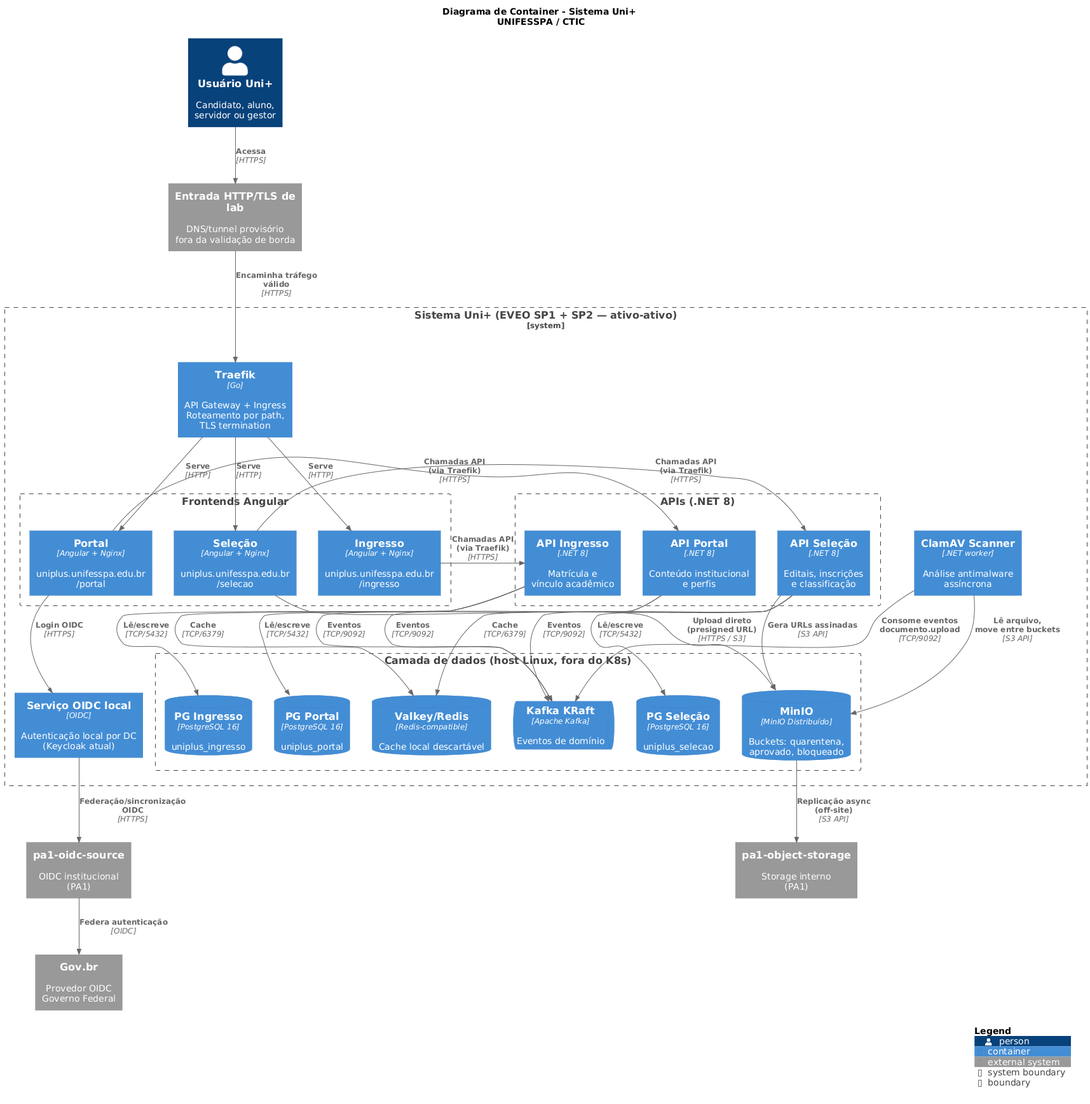
This is docs/images/02-uniplus-container.png from unifesspa-edu-br/uniplus-infra, a PlantUML export, as it was before one commit.
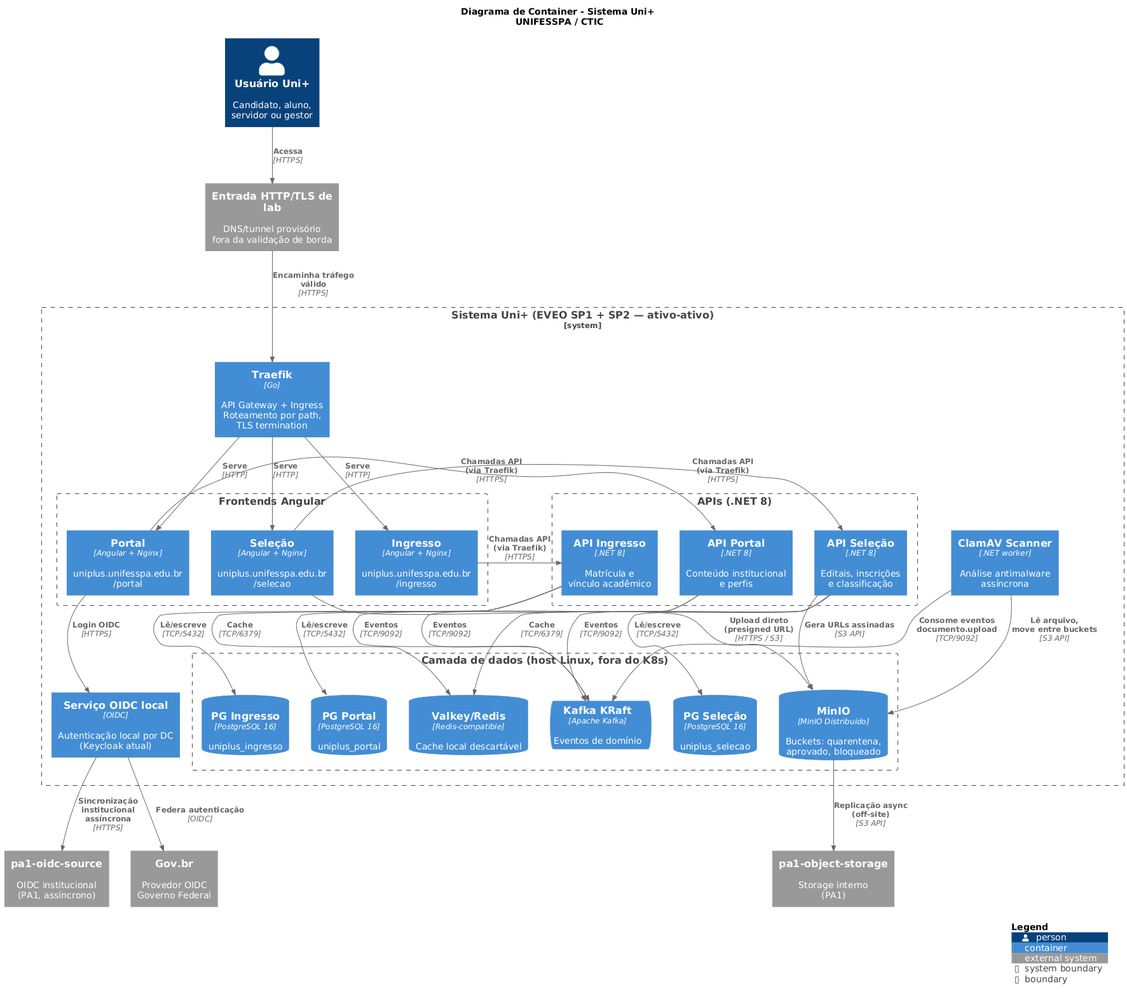
After the commit.

Commit message:
fix: corrigir conectividade pa1 e login oidc

Change to the diagram source:
```diff
@@ -38,7 +38,7 @@
 }
 
 System_Ext(govbr, "Gov.br", "Provedor OIDC\nGoverno Federal")
-System_Ext(oidc_pa1, "pa1-oidc-source", "OIDC institucional\n(PA1)")
+System_Ext(oidc_pa1, "pa1-oidc-source", "OIDC institucional\n(PA1, assíncrono)")
 System_Ext(object_pa1, "pa1-object-storage", "Storage interno\n(PA1)")
 
 Rel(usuario, edge_lab, "Acessa", "HTTPS")
@@ -70,8 +70,8 @@
 Rel(clamav, minio, "Lê arquivo,\nmove entre buckets", "S3 API")
 
 Rel(fe_portal, oidc_local, "Login OIDC", "HTTPS")
-Rel(oidc_local, oidc_pa1, "Federação/sincronização\nOIDC", "HTTPS")
-Rel(oidc_pa1, govbr, "Federa autenticação", "OIDC")
+Rel(oidc_local, govbr, "Federa autenticação", "OIDC")
+Rel(oidc_local, oidc_pa1, "Sincronização institucional\nassíncrona", "HTTPS")
 
 Rel_D(minio, object_pa1, "Replicação async\n(off-site)", "S3 API")
 
```
